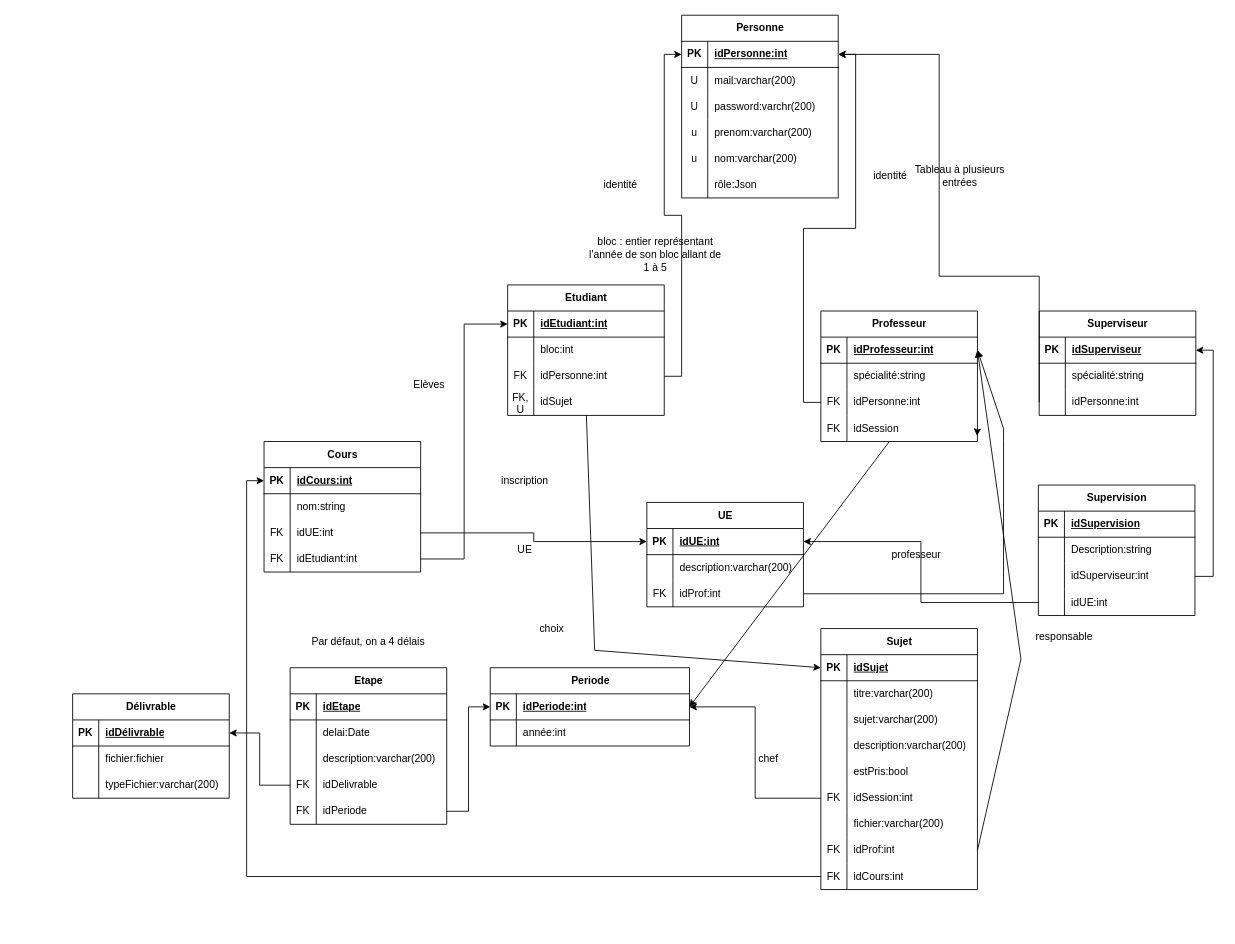
The draw.io diagram page "Schéma relationnel" (1 of 2) of Docs/diagrammes/entiteRelationBD.drawio in Eragon6080/ProjetLogiciel2024, before the edit. Source tidied: cells renumbered, new cells numbered last; positions are measured from the earlier drawing's top-left corner, leaving out a move shared by most shapes. Both pictures are drawn from the tidied source at 87%, with x=0, y=0 at pixel (72, 15).
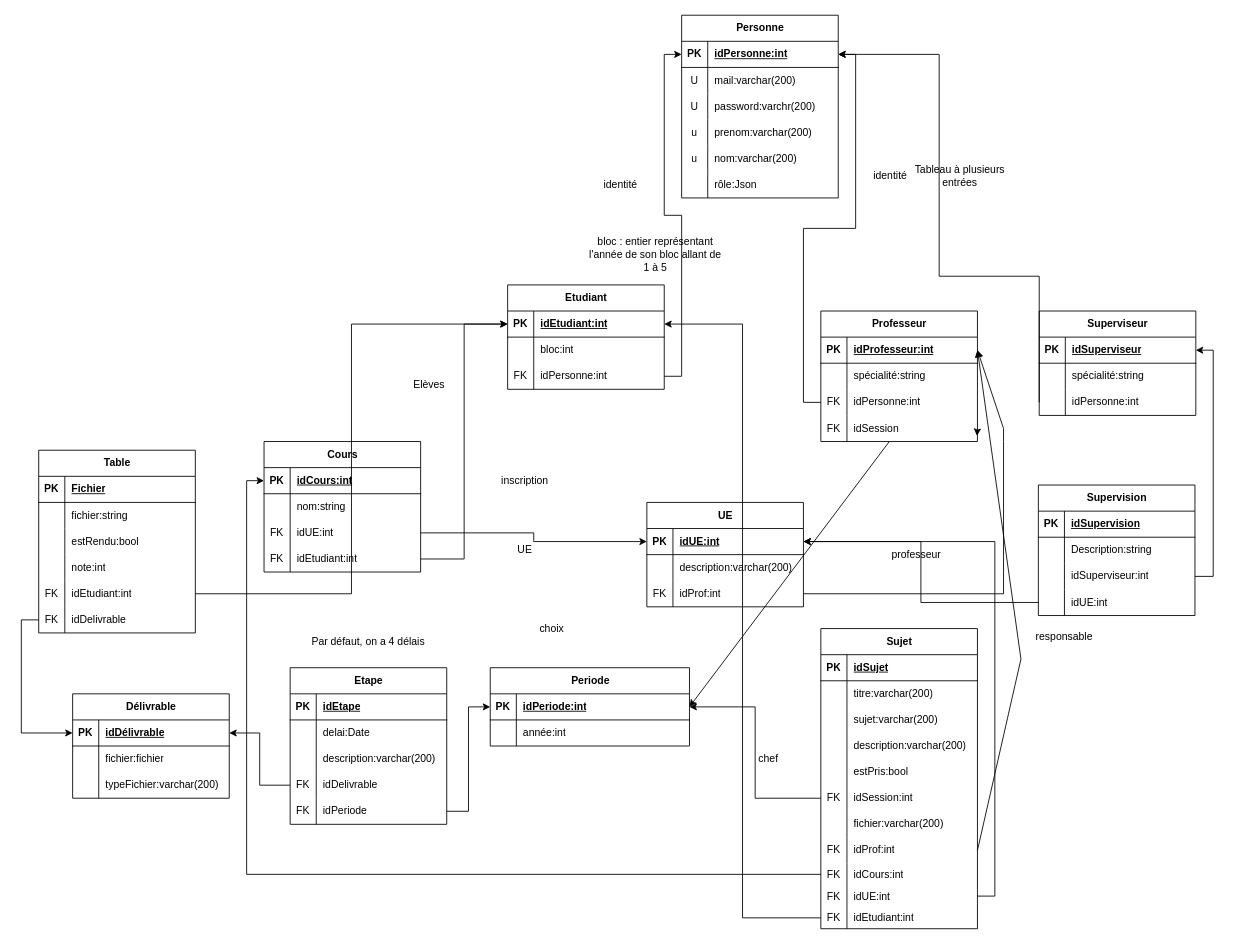
The same page after the edit.

Commit message (it also covers changes not shown here):
Mise à jour du fichier init.sql et .drawio des schéma

The change refers to these unchanged cells:
```xml
<mxCell id="3" style="shape=tableRow;horizontal=0;startSize=0;swimlaneHead=0;swimlaneBody=0;fillColor=none;points=[[0,0.5],[1,0.5]];portConstraint=eastwest;top=0;left=0;right=0;bottom=1;" parent="2" vertex="1">
  <mxGeometry y="30" width="180" height="30" as="geometry" />
</mxCell>
<mxCell id="67" style="shape=tableRow;horizontal=0;startSize=0;swimlaneHead=0;swimlaneBody=0;fillColor=none;points=[[0,0.5],[1,0.5]];portConstraint=eastwest;top=0;left=0;right=0;bottom=1;" parent="66" vertex="1">
  <mxGeometry y="30" width="180" height="30" as="geometry" />
</mxCell>
<mxCell id="81" style="shape=tableRow;horizontal=0;startSize=0;swimlaneHead=0;swimlaneBody=0;fillColor=none;points=[[0,0.5],[1,0.5]];portConstraint=eastwest;top=0;left=0;right=0;bottom=1;" parent="80" vertex="1">
  <mxGeometry y="30" width="180" height="30" as="geometry" />
</mxCell>
<mxCell id="129" style="shape=tableRow;horizontal=0;startSize=0;swimlaneHead=0;swimlaneBody=0;fillColor=none;points=[[0,0.5],[1,0.5]];portConstraint=eastwest;top=0;left=0;right=0;bottom=1;" parent="128" vertex="1">
  <mxGeometry y="30" width="180" height="30" as="geometry" />
</mxCell>
```

What changed in the source:
```diff
@@
     <mxCell id="2" value="Sujet" style="shape=table;startSize=30;childLayout=tableLayout;rowLines=0;fontStyle=1;align=center;html=1;" parent="1" vertex="1">
-      <mxGeometry x="860" y="705" width="180" height="300" as="geometry" />
+      <mxGeometry x="860" y="705" width="180" height="345" as="geometry" />
     </mxCell>
@@
     <mxCell id="27" style="shape=tableRow;horizontal=0;startSize=0;swimlaneHead=0;swimlaneBody=0;fillColor=none;points=[[0,0.5],[1,0.5]];portConstraint=eastwest;top=0;left=0;right=0;bottom=0;" parent="2" vertex="1">
-      <mxGeometry y="270" width="180" height="30" as="geometry" />
+      <mxGeometry y="270" width="180" height="25" as="geometry" />
     </mxCell>
     <mxCell id="28" value="FK" style="shape=partialRectangle;fillColor=none;top=0;left=0;bottom=0;right=0;overflow=hidden;whiteSpace=wrap;html=1;" parent="27" vertex="1">
-      <mxGeometry width="30" height="30" as="geometry" />
+      <mxGeometry width="30" height="25" as="geometry" />
     </mxCell>
     <mxCell id="29" value="idCours:int" style="shape=partialRectangle;fillColor=none;top=0;left=0;bottom=0;right=0;align=left;spacingLeft=6;overflow=hidden;whiteSpace=wrap;html=1;" parent="27" vertex="1">
-      <mxGeometry x="30" width="150" height="30" as="geometry" />
+      <mxGeometry x="30" width="150" height="25" as="geometry" />
     </mxCell>
+    <mxCell id="183" style="shape=tableRow;horizontal=0;startSize=0;swimlaneHead=0;swimlaneBody=0;fillColor=none;points=[[0,0.5],[1,0.5]];portConstraint=eastwest;top=0;left=0;right=0;bottom=0;" parent="2" vertex="1">
+      <mxGeometry y="295" width="180" height="25" as="geometry" />
+    </mxCell>
+    <mxCell id="184" value="FK" style="shape=partialRectangle;fillColor=none;top=0;left=0;bottom=0;right=0;overflow=hidden;whiteSpace=wrap;html=1;" parent="183" vertex="1">
+      <mxGeometry width="30" height="25" as="geometry" />
+    </mxCell>
+    <mxCell id="185" value="idUE:int" style="shape=partialRectangle;fillColor=none;top=0;left=0;bottom=0;right=0;align=left;spacingLeft=6;overflow=hidden;whiteSpace=wrap;html=1;" parent="183" vertex="1">
+      <mxGeometry x="30" width="150" height="25" as="geometry" />
+    </mxCell>
+    <mxCell id="186" style="shape=tableRow;horizontal=0;startSize=0;swimlaneHead=0;swimlaneBody=0;fillColor=none;points=[[0,0.5],[1,0.5]];portConstraint=eastwest;top=0;left=0;right=0;bottom=0;" parent="2" vertex="1">
+      <mxGeometry y="320" width="180" height="25" as="geometry" />
+    </mxCell>
+    <mxCell id="187" value="FK" style="shape=partialRectangle;fillColor=none;top=0;left=0;bottom=0;right=0;overflow=hidden;whiteSpace=wrap;html=1;" parent="186" vertex="1">
+      <mxGeometry width="30" height="25" as="geometry" />
+    </mxCell>
+    <mxCell id="188" value="idEtudiant:int" style="shape=partialRectangle;fillColor=none;top=0;left=0;bottom=0;right=0;align=left;spacingLeft=6;overflow=hidden;whiteSpace=wrap;html=1;" parent="186" vertex="1">
+      <mxGeometry x="30" width="150" height="25" as="geometry" />
+    </mxCell>
@@
     <mxCell id="66" value="Etudiant" style="shape=table;startSize=30;childLayout=tableLayout;rowLines=0;fontStyle=1;align=center;html=1;" parent="1" vertex="1">
-      <mxGeometry x="500" y="310" width="180" height="150" as="geometry" />
+      <mxGeometry x="500" y="310" width="180" height="120" as="geometry" />
     </mxCell>
@@
-    <mxCell id="76" style="shape=tableRow;horizontal=0;startSize=0;swimlaneHead=0;swimlaneBody=0;fillColor=none;points=[[0,0.5],[1,0.5]];portConstraint=eastwest;top=0;left=0;right=0;bottom=0;" parent="66" vertex="1">
-      <mxGeometry y="120" width="180" height="30" as="geometry" />
-    </mxCell>
-    <mxCell id="77" value="FK, U" style="shape=partialRectangle;fillColor=none;top=0;left=0;bottom=0;right=0;overflow=hidden;whiteSpace=wrap;html=1;" parent="76" vertex="1">
-      <mxGeometry width="30" height="30" as="geometry" />
-    </mxCell>
-    <mxCell id="78" value="idSujet" style="shape=partialRectangle;fillColor=none;top=0;left=0;bottom=0;right=0;align=left;spacingLeft=6;overflow=hidden;whiteSpace=wrap;html=1;" parent="76" vertex="1">
-      <mxGeometry x="30" width="150" height="30" as="geometry" />
-    </mxCell>
@@
-    <mxCell id="96" style="endArrow=classic;html=1;rounded=0;entryX=0;entryY=0.5;entryDx=0;entryDy=0;" parent="1" edge="1" source="76" target="3">
-      <mxGeometry relative="1" as="geometry">
-        <Array as="points">
-          <mxPoint x="600" y="730" />
-        </Array>
-      </mxGeometry>
-    </mxCell>
@@
+    <mxCell id="189" style="edgeStyle=orthogonalEdgeStyle;rounded=0;jettySize=auto;html=1;exitX=1;exitY=0.5;exitDx=0;exitDy=0;entryX=1;entryY=0.5;entryDx=0;entryDy=0;" parent="1" edge="1" source="183" target="81">
+      <mxGeometry relative="1" as="geometry" />
+    </mxCell>
+    <mxCell id="190" style="edgeStyle=orthogonalEdgeStyle;rounded=0;jettySize=auto;html=1;exitX=0;exitY=0.5;exitDx=0;exitDy=0;entryX=1;entryY=0.5;entryDx=0;entryDy=0;" parent="1" edge="1" source="186" target="67">
+      <mxGeometry relative="1" as="geometry" />
+    </mxCell>
+    <mxCell id="191" value="Table" style="shape=table;startSize=30;childLayout=tableLayout;rowLines=0;fontStyle=1;align=center;html=1;" parent="1" vertex="1">
+      <mxGeometry x="-39" y="500" width="180" height="210" as="geometry" />
+    </mxCell>
+    <mxCell id="192" style="shape=tableRow;horizontal=0;startSize=0;swimlaneHead=0;swimlaneBody=0;fillColor=none;top=0;left=0;right=0;bottom=1;" parent="191" vertex="1">
+      <mxGeometry y="30" width="180" height="30" as="geometry" />
+    </mxCell>
+    <mxCell id="193" value="PK" style="shape=partialRectangle;fillColor=none;top=0;left=0;bottom=0;right=0;fontStyle=1;overflow=hidden;whiteSpace=wrap;html=1;" parent="192" vertex="1">
+      <mxGeometry width="30" height="30" as="geometry" />
+    </mxCell>
+    <mxCell id="194" value="Fichier" style="shape=partialRectangle;fillColor=none;top=0;left=0;bottom=0;right=0;align=left;spacingLeft=6;fontStyle=5;overflow=hidden;whiteSpace=wrap;html=1;" parent="192" vertex="1">
+      <mxGeometry x="30" width="150" height="30" as="geometry" />
+    </mxCell>
+    <mxCell id="195" style="shape=tableRow;horizontal=0;startSize=0;swimlaneHead=0;swimlaneBody=0;fillColor=none;top=0;left=0;right=0;bottom=0;" parent="191" vertex="1">
+      <mxGeometry y="60" width="180" height="30" as="geometry" />
+    </mxCell>
+    <mxCell id="196" style="shape=partialRectangle;fillColor=none;top=0;left=0;bottom=0;right=0;overflow=hidden;whiteSpace=wrap;html=1;" parent="195" vertex="1">
+      <mxGeometry width="30" height="30" as="geometry" />
+    </mxCell>
+    <mxCell id="197" value="fichier:string" style="shape=partialRectangle;fillColor=none;top=0;left=0;bottom=0;right=0;align=left;spacingLeft=6;overflow=hidden;whiteSpace=wrap;html=1;" parent="195" vertex="1">
+      <mxGeometry x="30" width="150" height="30" as="geometry" />
+    </mxCell>
+    <mxCell id="198" style="shape=tableRow;horizontal=0;startSize=0;swimlaneHead=0;swimlaneBody=0;fillColor=none;top=0;left=0;right=0;bottom=0;" parent="191" vertex="1">
+      <mxGeometry y="90" width="180" height="30" as="geometry" />
+    </mxCell>
+    <mxCell id="199" style="shape=partialRectangle;fillColor=none;top=0;left=0;bottom=0;right=0;overflow=hidden;whiteSpace=wrap;html=1;" parent="198" vertex="1">
+      <mxGeometry width="30" height="30" as="geometry" />
+    </mxCell>
+    <mxCell id="200" value="estRendu:bool" style="shape=partialRectangle;fillColor=none;top=0;left=0;bottom=0;right=0;align=left;spacingLeft=6;overflow=hidden;whiteSpace=wrap;html=1;" parent="198" vertex="1">
+      <mxGeometry x="30" width="150" height="30" as="geometry" />
+    </mxCell>
+    <mxCell id="76" style="shape=tableRow;horizontal=0;startSize=0;swimlaneHead=0;swimlaneBody=0;fillColor=none;points=[[0,0.5],[1,0.5]];portConstraint=eastwest;top=0;left=0;right=0;bottom=0;" parent="191" vertex="1">
+      <mxGeometry y="120" width="180" height="30" as="geometry" />
+    </mxCell>
+    <mxCell id="201" style="shape=partialRectangle;fillColor=none;top=0;left=0;bottom=0;right=0;overflow=hidden;whiteSpace=wrap;html=1;" parent="76" vertex="1">
+      <mxGeometry width="30" height="30" as="geometry" />
+    </mxCell>
+    <mxCell id="202" value="note:int" style="shape=partialRectangle;fillColor=none;top=0;left=0;bottom=0;right=0;align=left;spacingLeft=6;overflow=hidden;whiteSpace=wrap;html=1;" parent="76" vertex="1">
+      <mxGeometry x="30" width="150" height="30" as="geometry" />
+    </mxCell>
+    <mxCell id="203" style="shape=tableRow;horizontal=0;startSize=0;swimlaneHead=0;swimlaneBody=0;fillColor=none;points=[[0,0.5],[1,0.5]];portConstraint=eastwest;top=0;left=0;right=0;bottom=0;" parent="191" vertex="1">
+      <mxGeometry y="150" width="180" height="30" as="geometry" />
+    </mxCell>
+    <mxCell id="204" value="FK" style="shape=partialRectangle;fillColor=none;top=0;left=0;bottom=0;right=0;overflow=hidden;whiteSpace=wrap;html=1;" parent="203" vertex="1">
+      <mxGeometry width="30" height="30" as="geometry" />
+    </mxCell>
+    <mxCell id="205" value="idEtudiant:int" style="shape=partialRectangle;fillColor=none;top=0;left=0;bottom=0;right=0;align=left;spacingLeft=6;overflow=hidden;whiteSpace=wrap;html=1;" parent="203" vertex="1">
+      <mxGeometry x="30" width="150" height="30" as="geometry" />
+    </mxCell>
+    <mxCell id="206" style="shape=tableRow;horizontal=0;startSize=0;swimlaneHead=0;swimlaneBody=0;fillColor=none;points=[[0,0.5],[1,0.5]];portConstraint=eastwest;top=0;left=0;right=0;bottom=0;" parent="191" vertex="1">
+      <mxGeometry y="180" width="180" height="30" as="geometry" />
+    </mxCell>
+    <mxCell id="207" value="FK" style="shape=partialRectangle;fillColor=none;top=0;left=0;bottom=0;right=0;overflow=hidden;whiteSpace=wrap;html=1;" parent="206" vertex="1">
+      <mxGeometry width="30" height="30" as="geometry" />
+    </mxCell>
+    <mxCell id="208" value="idDelivrable" style="shape=partialRectangle;fillColor=none;top=0;left=0;bottom=0;right=0;align=left;spacingLeft=6;overflow=hidden;whiteSpace=wrap;html=1;" parent="206" vertex="1">
+      <mxGeometry x="30" width="150" height="30" as="geometry" />
+    </mxCell>
+    <mxCell id="209" style="edgeStyle=orthogonalEdgeStyle;rounded=0;jettySize=auto;html=1;exitX=0;exitY=0.5;exitDx=0;exitDy=0;" parent="1" edge="1" source="206" target="129">
+      <mxGeometry relative="1" as="geometry" />
+    </mxCell>
+    <mxCell id="210" style="edgeStyle=orthogonalEdgeStyle;rounded=0;jettySize=auto;html=1;exitX=1;exitY=0.5;exitDx=0;exitDy=0;entryX=0;entryY=0.5;entryDx=0;entryDy=0;" parent="1" edge="1" source="203" target="67">
+      <mxGeometry relative="1" as="geometry" />
+    </mxCell>
```
